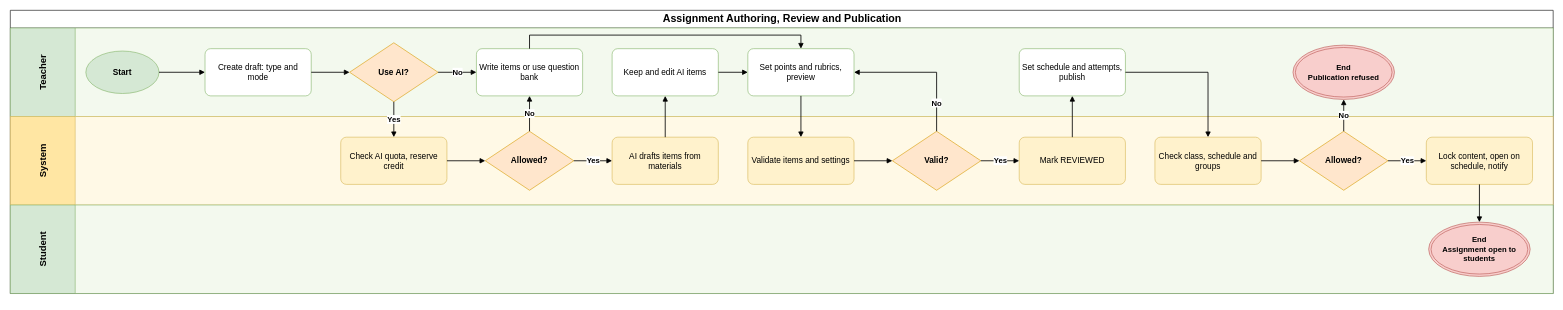
The draw.io diagram page "BF-03 Assignment Authoring, Review and Publication" (3 of 8) of aidlc-docs/inception/main-business-flows/AI-Powered-Learning-Platform-Main-Business-Flows.drawio in hygef-v4/AI-Powered-Learning-Platform, before the edit. Source tidied: cells renumbered, new cells numbered last; positions are measured from the earlier drawing's top-left corner, leaving out a move shared by most shapes. Both pictures are drawn from the tidied source at 59%, with x=0, y=0 at pixel (10, 10).
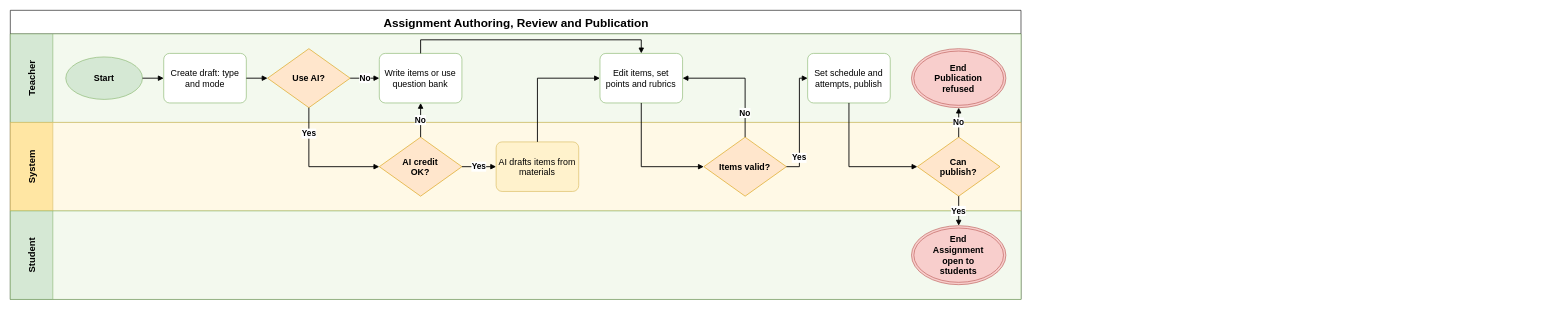
The same page after the edit.

Diff of the diagram source:
```diff
@@
-    <mxCell id="2" value="Assignment Authoring, Review and Publication" style="swimlane;horizontal=1;startSize=30;html=1;fontSize=18;fontStyle=1;align=center;verticalAlign=middle;" parent="1" vertex="1">
-      <mxGeometry width="2615" height="480" as="geometry" />
+    <mxCell id="2" value="Assignment Authoring, Review and Publication" style="swimlane;horizontal=1;startSize=40;html=1;fontSize=20;fontStyle=1;align=center;verticalAlign=middle;" parent="1" vertex="1">
+      <mxGeometry width="1713" height="490" as="geometry" />
     </mxCell>
-    <mxCell id="3" value="Teacher" style="swimlane;startSize=110;horizontal=0;html=1;whiteSpace=wrap;fillColor=#D5E8D4;swimlaneFillColor=#F3F9EE;strokeColor=#82B366;fontSize=16;fontStyle=1;align=center;verticalAlign=middle;spacing=6;" parent="2" vertex="1">
-      <mxGeometry y="30" width="2615" height="150" as="geometry" />
+    <mxCell id="3" value="Teacher" style="swimlane;startSize=72;horizontal=0;html=1;whiteSpace=wrap;fillColor=#D5E8D4;swimlaneFillColor=#F3F9EE;strokeColor=#82B366;fontSize=16;fontStyle=1;align=center;verticalAlign=middle;spacing=4;" parent="2" vertex="1">
+      <mxGeometry y="40" width="1713" height="150" as="geometry" />
     </mxCell>
-    <mxCell id="4" value="System" style="swimlane;startSize=110;horizontal=0;html=1;whiteSpace=wrap;fillColor=#FFE6A3;swimlaneFillColor=#FFF9E6;strokeColor=#D6B656;fontSize=16;fontStyle=1;align=center;verticalAlign=middle;spacing=6;" parent="2" vertex="1">
-      <mxGeometry y="180" width="2615" height="150" as="geometry" />
+    <mxCell id="4" value="System" style="swimlane;startSize=72;horizontal=0;html=1;whiteSpace=wrap;fillColor=#FFE6A3;swimlaneFillColor=#FFF9E6;strokeColor=#D6B656;fontSize=16;fontStyle=1;align=center;verticalAlign=middle;spacing=4;" parent="2" vertex="1">
+      <mxGeometry y="190" width="1713" height="150" as="geometry" />
     </mxCell>
-    <mxCell id="5" value="Student" style="swimlane;startSize=110;horizontal=0;html=1;whiteSpace=wrap;fillColor=#D5E8D4;swimlaneFillColor=#F3F9EE;strokeColor=#82B366;fontSize=16;fontStyle=1;align=center;verticalAlign=middle;spacing=6;" parent="2" vertex="1">
-      <mxGeometry y="330" width="2615" height="150" as="geometry" />
+    <mxCell id="5" value="Student" style="swimlane;startSize=72;horizontal=0;html=1;whiteSpace=wrap;fillColor=#D5E8D4;swimlaneFillColor=#F3F9EE;strokeColor=#82B366;fontSize=16;fontStyle=1;align=center;verticalAlign=middle;spacing=4;" parent="2" vertex="1">
+      <mxGeometry y="340" width="1713" height="150" as="geometry" />
     </mxCell>
-    <mxCell id="6" value="Start" style="ellipse;whiteSpace=wrap;html=1;fillColor=#D5E8D4;strokeColor=#82B366;fontStyle=1;fontSize=14;" parent="3" vertex="1">
-      <mxGeometry x="128" y="39" width="124" height="72" as="geometry" />
+    <mxCell id="6" value="Start" style="ellipse;whiteSpace=wrap;html=1;fillColor=#D5E8D4;strokeColor=#82B366;fontStyle=1;fontSize=15;" parent="3" vertex="1">
+      <mxGeometry x="94" y="39" width="130" height="72" as="geometry" />
     </mxCell>
-    <mxCell id="7" value="Create draft: type and mode" style="rounded=1;whiteSpace=wrap;html=1;fillColor=#FFFFFF;strokeColor=#82B366;fontSize=14;spacing=6;arcSize=12;" parent="3" vertex="1">
-      <mxGeometry x="330" y="35" width="180" height="80" as="geometry" />
+    <mxCell id="7" value="Create draft: type and mode" style="rounded=1;whiteSpace=wrap;html=1;fillColor=#FFFFFF;strokeColor=#82B366;fontSize=15;spacing=5;arcSize=12;" parent="3" vertex="1">
+      <mxGeometry x="260" y="33" width="140" height="84" as="geometry" />
     </mxCell>
-    <mxCell id="8" value="Use AI?" style="rhombus;whiteSpace=wrap;html=1;fillColor=#FFE6CC;strokeColor=#D79B00;fontStyle=1;fontSize=14;spacing=2;" parent="3" vertex="1">
-      <mxGeometry x="575" y="25" width="150" height="100" as="geometry" />
+    <mxCell id="8" value="Use AI?" style="rhombus;whiteSpace=wrap;html=1;fillColor=#FFE6CC;strokeColor=#D79B00;fontStyle=1;fontSize=15;spacing=2;spacingLeft=24;spacingRight=24;" parent="3" vertex="1">
+      <mxGeometry x="436" y="25" width="140" height="100" as="geometry" />
     </mxCell>
-    <mxCell id="9" value="Check AI quota, reserve credit" style="rounded=1;whiteSpace=wrap;html=1;fillColor=#FFF2CC;strokeColor=#D6B656;fontSize=14;spacing=6;arcSize=12;" parent="4" vertex="1">
-      <mxGeometry x="560" y="35" width="180" height="80" as="geometry" />
-    </mxCell>
+    <mxCell id="11" value="Write items or use question bank" style="rounded=1;whiteSpace=wrap;html=1;fillColor=#FFFFFF;strokeColor=#82B366;fontSize=15;spacing=5;arcSize=12;" parent="3" vertex="1">
+      <mxGeometry x="625.4" y="33" width="140" height="84" as="geometry" />
+    </mxCell>
-    <mxCell id="10" value="Allowed?" style="rhombus;whiteSpace=wrap;html=1;fillColor=#FFE6CC;strokeColor=#D79B00;fontStyle=1;fontSize=14;spacing=2;" parent="4" vertex="1">
-      <mxGeometry x="805" y="25" width="150" height="100" as="geometry" />
+    <mxCell id="10" value="AI credit OK?" style="rhombus;whiteSpace=wrap;html=1;fillColor=#FFE6CC;strokeColor=#D79B00;fontStyle=1;fontSize=15;spacing=2;spacingLeft=24;spacingRight=24;" parent="4" vertex="1">
+      <mxGeometry x="625.4" y="25" width="140" height="100" as="geometry" />
     </mxCell>
-    <mxCell id="11" value="Write items or use question bank" style="rounded=1;whiteSpace=wrap;html=1;fillColor=#FFFFFF;strokeColor=#82B366;fontSize=14;spacing=6;arcSize=12;" parent="3" vertex="1">
-      <mxGeometry x="790" y="35" width="180" height="80" as="geometry" />
-    </mxCell>
-    <mxCell id="12" value="AI drafts items from materials" style="rounded=1;whiteSpace=wrap;html=1;fillColor=#FFF2CC;strokeColor=#D6B656;fontSize=14;spacing=6;arcSize=12;" parent="4" vertex="1">
-      <mxGeometry x="1020" y="35" width="180" height="80" as="geometry" />
+    <mxCell id="12" value="AI drafts items from materials" style="rounded=1;whiteSpace=wrap;html=1;fillColor=#FFF2CC;strokeColor=#D6B656;fontSize=15;spacing=5;arcSize=12;" parent="4" vertex="1">
+      <mxGeometry x="823.4" y="33" width="140" height="84" as="geometry" />
     </mxCell>
-    <mxCell id="13" value="Keep and edit AI items" style="rounded=1;whiteSpace=wrap;html=1;fillColor=#FFFFFF;strokeColor=#82B366;fontSize=14;spacing=6;arcSize=12;" parent="3" vertex="1">
-      <mxGeometry x="1020" y="35" width="180" height="80" as="geometry" />
-    </mxCell>
-    <mxCell id="14" value="Set points and rubrics, preview" style="rounded=1;whiteSpace=wrap;html=1;fillColor=#FFFFFF;strokeColor=#82B366;fontSize=14;spacing=6;arcSize=12;" parent="3" vertex="1">
-      <mxGeometry x="1250" y="35" width="180" height="80" as="geometry" />
+    <mxCell id="14" value="Edit items, set points and rubrics" style="rounded=1;whiteSpace=wrap;html=1;fillColor=#FFFFFF;strokeColor=#82B366;fontSize=15;spacing=5;arcSize=12;" parent="3" vertex="1">
+      <mxGeometry x="999.4" y="33" width="140" height="84" as="geometry" />
     </mxCell>
-    <mxCell id="15" value="Validate items and settings" style="rounded=1;whiteSpace=wrap;html=1;fillColor=#FFF2CC;strokeColor=#D6B656;fontSize=14;spacing=6;arcSize=12;" parent="4" vertex="1">
-      <mxGeometry x="1250" y="35" width="180" height="80" as="geometry" />
-    </mxCell>
-    <mxCell id="16" value="Valid?" style="rhombus;whiteSpace=wrap;html=1;fillColor=#FFE6CC;strokeColor=#D79B00;fontStyle=1;fontSize=14;spacing=2;" parent="4" vertex="1">
-      <mxGeometry x="1495" y="25" width="150" height="100" as="geometry" />
+    <mxCell id="16" value="Items valid?" style="rhombus;whiteSpace=wrap;html=1;fillColor=#FFE6CC;strokeColor=#D79B00;fontStyle=1;fontSize=15;spacing=2;spacingLeft=24;spacingRight=24;" parent="4" vertex="1">
+      <mxGeometry x="1175.4" y="25" width="140" height="100" as="geometry" />
     </mxCell>
-    <mxCell id="17" value="Mark REVIEWED" style="rounded=1;whiteSpace=wrap;html=1;fillColor=#FFF2CC;strokeColor=#D6B656;fontSize=14;spacing=6;arcSize=12;" parent="4" vertex="1">
-      <mxGeometry x="1710" y="35" width="180" height="80" as="geometry" />
-    </mxCell>
-    <mxCell id="18" value="Set schedule and attempts, publish" style="rounded=1;whiteSpace=wrap;html=1;fillColor=#FFFFFF;strokeColor=#82B366;fontSize=14;spacing=6;arcSize=12;" parent="3" vertex="1">
-      <mxGeometry x="1710" y="35" width="180" height="80" as="geometry" />
+    <mxCell id="18" value="Set schedule and attempts, publish" style="rounded=1;whiteSpace=wrap;html=1;fillColor=#FFFFFF;strokeColor=#82B366;fontSize=15;spacing=5;arcSize=12;" parent="3" vertex="1">
+      <mxGeometry x="1351.4" y="33" width="140" height="84" as="geometry" />
     </mxCell>
-    <mxCell id="19" value="Check class, schedule and groups" style="rounded=1;whiteSpace=wrap;html=1;fillColor=#FFF2CC;strokeColor=#D6B656;fontSize=14;spacing=6;arcSize=12;" parent="4" vertex="1">
-      <mxGeometry x="1940" y="35" width="180" height="80" as="geometry" />
-    </mxCell>
-    <mxCell id="20" value="Allowed?" style="rhombus;whiteSpace=wrap;html=1;fillColor=#FFE6CC;strokeColor=#D79B00;fontStyle=1;fontSize=14;spacing=2;" parent="4" vertex="1">
-      <mxGeometry x="2185" y="25" width="150" height="100" as="geometry" />
+    <mxCell id="20" value="Can publish?" style="rhombus;whiteSpace=wrap;html=1;fillColor=#FFE6CC;strokeColor=#D79B00;fontStyle=1;fontSize=15;spacing=2;spacingLeft=24;spacingRight=24;" parent="4" vertex="1">
+      <mxGeometry x="1537.4" y="25" width="140" height="100" as="geometry" />
     </mxCell>
-    <mxCell id="21" value="End&lt;br&gt;Publication refused" style="ellipse;shape=doubleEllipse;whiteSpace=wrap;html=1;fillColor=#F8CECC;strokeColor=#B85450;fontStyle=1;fontSize=13;" parent="3" vertex="1">
-      <mxGeometry x="2174" y="29" width="172" height="92" as="geometry" />
+    <mxCell id="21" value="End&lt;br&gt;Publication refused" style="ellipse;shape=doubleEllipse;whiteSpace=wrap;html=1;fillColor=#F8CECC;strokeColor=#B85450;fontStyle=1;fontSize=15;spacingLeft=26;spacingRight=26;" parent="3" vertex="1">
+      <mxGeometry x="1527.4" y="25" width="160" height="100" as="geometry" />
     </mxCell>
-    <mxCell id="22" value="Lock content, open on schedule, notify" style="rounded=1;whiteSpace=wrap;html=1;fillColor=#FFF2CC;strokeColor=#D6B656;fontSize=14;spacing=6;arcSize=12;" parent="4" vertex="1">
-      <mxGeometry x="2400" y="35" width="180" height="80" as="geometry" />
-    </mxCell>
-    <mxCell id="23" value="End&lt;br&gt;Assignment open to students" style="ellipse;shape=doubleEllipse;whiteSpace=wrap;html=1;fillColor=#F8CECC;strokeColor=#B85450;fontStyle=1;fontSize=13;" parent="5" vertex="1">
-      <mxGeometry x="2404" y="29" width="172" height="92" as="geometry" />
+    <mxCell id="23" value="End&lt;br&gt;Assignment open to students" style="ellipse;shape=doubleEllipse;whiteSpace=wrap;html=1;fillColor=#F8CECC;strokeColor=#B85450;fontStyle=1;fontSize=15;spacingLeft=26;spacingRight=26;" parent="5" vertex="1">
+      <mxGeometry x="1527.4" y="25" width="160" height="100" as="geometry" />
     </mxCell>
-    <mxCell id="24" style="edgeStyle=orthogonalEdgeStyle;rounded=0;jettySize=18;html=1;endArrow=block;endFill=1;strokeWidth=1.4;labelBackgroundColor=#FFFFFF;fontSize=13;fontStyle=1;exitX=1;exitY=0.5;exitDx=0;exitDy=0;entryX=0;entryY=0.5;entryDx=0;entryDy=0;" parent="1" edge="1" source="6" target="7">
+    <mxCell id="24" style="edgeStyle=orthogonalEdgeStyle;rounded=0;jettySize=18;html=1;endArrow=block;endFill=1;strokeWidth=1.5;labelBackgroundColor=#FFFFFF;fontSize=14;fontStyle=1;exitX=1;exitY=0.5;exitDx=0;exitDy=0;entryX=0;entryY=0.5;entryDx=0;entryDy=0;" parent="1" edge="1" source="6" target="7">
       <mxGeometry relative="1" as="geometry" />
     </mxCell>
-    <mxCell id="25" style="edgeStyle=orthogonalEdgeStyle;rounded=0;jettySize=18;html=1;endArrow=block;endFill=1;strokeWidth=1.4;labelBackgroundColor=#FFFFFF;fontSize=13;fontStyle=1;exitX=1;exitY=0.5;exitDx=0;exitDy=0;entryX=0;entryY=0.5;entryDx=0;entryDy=0;" parent="1" edge="1" source="7" target="8">
+    <mxCell id="25" style="edgeStyle=orthogonalEdgeStyle;rounded=0;jettySize=18;html=1;endArrow=block;endFill=1;strokeWidth=1.5;labelBackgroundColor=#FFFFFF;fontSize=14;fontStyle=1;exitX=1;exitY=0.5;exitDx=0;exitDy=0;entryX=0;entryY=0.5;entryDx=0;entryDy=0;" parent="1" edge="1" source="7" target="8">
       <mxGeometry relative="1" as="geometry" />
     </mxCell>
-    <mxCell id="26" value="No" style="edgeStyle=orthogonalEdgeStyle;rounded=0;jettySize=18;html=1;endArrow=block;endFill=1;strokeWidth=1.4;labelBackgroundColor=#FFFFFF;fontSize=13;fontStyle=1;exitX=1;exitY=0.5;exitDx=0;exitDy=0;entryX=0;entryY=0.5;entryDx=0;entryDy=0;" parent="1" edge="1" source="8" target="11">
+    <mxCell id="26" value="No" style="edgeStyle=orthogonalEdgeStyle;rounded=0;jettySize=18;html=1;endArrow=block;endFill=1;strokeWidth=1.5;labelBackgroundColor=#FFFFFF;fontSize=14;fontStyle=1;exitX=1;exitY=0.5;exitDx=0;exitDy=0;entryX=0;entryY=0.5;entryDx=0;entryDy=0;" parent="1" edge="1" source="8" target="11">
       <mxGeometry relative="1" as="geometry" />
     </mxCell>
-    <mxCell id="27" value="Yes" style="edgeStyle=orthogonalEdgeStyle;rounded=0;jettySize=18;html=1;endArrow=block;endFill=1;strokeWidth=1.4;labelBackgroundColor=#FFFFFF;fontSize=13;fontStyle=1;exitX=0.5;exitY=1;exitDx=0;exitDy=0;entryX=0.5;entryY=0;entryDx=0;entryDy=0;" parent="1" edge="1" source="8" target="9">
-      <mxGeometry relative="1" as="geometry" />
+    <mxCell id="27" value="Yes" style="edgeStyle=orthogonalEdgeStyle;rounded=0;jettySize=18;html=1;endArrow=block;endFill=1;strokeWidth=1.5;labelBackgroundColor=#FFFFFF;fontSize=14;fontStyle=1;exitX=0.5;exitY=1;exitDx=0;exitDy=0;entryX=0;entryY=0.5;entryDx=0;entryDy=0;" parent="1" edge="1" source="8" target="10">
+      <mxGeometry x="-0.6" relative="1" as="geometry">
+        <Array as="points">
+          <mxPoint x="506" y="265" />
+        </Array>
+      </mxGeometry>
     </mxCell>
-    <mxCell id="28" style="edgeStyle=orthogonalEdgeStyle;rounded=0;jettySize=18;html=1;endArrow=block;endFill=1;strokeWidth=1.4;labelBackgroundColor=#FFFFFF;fontSize=13;fontStyle=1;exitX=1;exitY=0.5;exitDx=0;exitDy=0;entryX=0;entryY=0.5;entryDx=0;entryDy=0;" parent="1" edge="1" source="9" target="10">
+    <mxCell id="28" value="No" style="edgeStyle=orthogonalEdgeStyle;rounded=0;jettySize=18;html=1;endArrow=block;endFill=1;strokeWidth=1.5;labelBackgroundColor=#FFFFFF;fontSize=14;fontStyle=1;exitX=0.5;exitY=0;exitDx=0;exitDy=0;entryX=0.5;entryY=1;entryDx=0;entryDy=0;" parent="1" edge="1" source="10" target="11">
       <mxGeometry relative="1" as="geometry" />
     </mxCell>
-    <mxCell id="29" value="No" style="edgeStyle=orthogonalEdgeStyle;rounded=0;jettySize=18;html=1;endArrow=block;endFill=1;strokeWidth=1.4;labelBackgroundColor=#FFFFFF;fontSize=13;fontStyle=1;exitX=0.5;exitY=0;exitDx=0;exitDy=0;entryX=0.5;entryY=1;entryDx=0;entryDy=0;" parent="1" edge="1" source="10" target="11">
+    <mxCell id="29" value="Yes" style="edgeStyle=orthogonalEdgeStyle;rounded=0;jettySize=18;html=1;endArrow=block;endFill=1;strokeWidth=1.5;labelBackgroundColor=#FFFFFF;fontSize=14;fontStyle=1;exitX=1;exitY=0.5;exitDx=0;exitDy=0;entryX=0;entryY=0.5;entryDx=0;entryDy=0;" parent="1" edge="1" source="10" target="12">
       <mxGeometry relative="1" as="geometry" />
     </mxCell>
-    <mxCell id="30" value="Yes" style="edgeStyle=orthogonalEdgeStyle;rounded=0;jettySize=18;html=1;endArrow=block;endFill=1;strokeWidth=1.4;labelBackgroundColor=#FFFFFF;fontSize=13;fontStyle=1;exitX=1;exitY=0.5;exitDx=0;exitDy=0;entryX=0;entryY=0.5;entryDx=0;entryDy=0;" parent="1" edge="1" source="10" target="12">
-      <mxGeometry relative="1" as="geometry" />
+    <mxCell id="30" style="edgeStyle=orthogonalEdgeStyle;rounded=0;jettySize=18;html=1;endArrow=block;endFill=1;strokeWidth=1.5;labelBackgroundColor=#FFFFFF;fontSize=14;fontStyle=1;exitX=0.5;exitY=0;exitDx=0;exitDy=0;entryX=0.5;entryY=0;entryDx=0;entryDy=0;" parent="1" edge="1" source="11" target="14">
+      <mxGeometry relative="1" as="geometry">
+        <Array as="points">
+          <mxPoint x="695.4" y="50" />
+          <mxPoint x="1069.4" y="50" />
+        </Array>
+      </mxGeometry>
     </mxCell>
-    <mxCell id="31" style="edgeStyle=orthogonalEdgeStyle;rounded=0;jettySize=18;html=1;endArrow=block;endFill=1;strokeWidth=1.4;labelBackgroundColor=#FFFFFF;fontSize=13;fontStyle=1;exitX=0.5;exitY=0;exitDx=0;exitDy=0;entryX=0.5;entryY=1;entryDx=0;entryDy=0;" parent="1" edge="1" source="12" target="13">
-      <mxGeometry relative="1" as="geometry" />
+    <mxCell id="31" style="edgeStyle=orthogonalEdgeStyle;rounded=0;jettySize=18;html=1;endArrow=block;endFill=1;strokeWidth=1.5;labelBackgroundColor=#FFFFFF;fontSize=14;fontStyle=1;exitX=0.5;exitY=0;exitDx=0;exitDy=0;entryX=0;entryY=0.5;entryDx=0;entryDy=0;" parent="1" edge="1" source="12" target="14">
+      <mxGeometry relative="1" as="geometry">
+        <Array as="points">
+          <mxPoint x="893.4" y="115" />
+        </Array>
+      </mxGeometry>
     </mxCell>
-    <mxCell id="32" style="edgeStyle=orthogonalEdgeStyle;rounded=0;jettySize=18;html=1;endArrow=block;endFill=1;strokeWidth=1.4;labelBackgroundColor=#FFFFFF;fontSize=13;fontStyle=1;exitX=1;exitY=0.5;exitDx=0;exitDy=0;entryX=0;entryY=0.5;entryDx=0;entryDy=0;" parent="1" edge="1" source="13" target="14">
-      <mxGeometry relative="1" as="geometry" />
+    <mxCell id="32" style="edgeStyle=orthogonalEdgeStyle;rounded=0;jettySize=18;html=1;endArrow=block;endFill=1;strokeWidth=1.5;labelBackgroundColor=#FFFFFF;fontSize=14;fontStyle=1;exitX=0.5;exitY=1;exitDx=0;exitDy=0;entryX=0;entryY=0.5;entryDx=0;entryDy=0;" parent="1" edge="1" source="14" target="16">
+      <mxGeometry relative="1" as="geometry">
+        <Array as="points">
+          <mxPoint x="1069.4" y="265" />
+        </Array>
+      </mxGeometry>
     </mxCell>
-    <mxCell id="33" style="edgeStyle=orthogonalEdgeStyle;rounded=0;jettySize=18;html=1;endArrow=block;endFill=1;strokeWidth=1.4;labelBackgroundColor=#FFFFFF;fontSize=13;fontStyle=1;exitX=0.5;exitY=0;exitDx=0;exitDy=0;entryX=0.5;entryY=0;entryDx=0;entryDy=0;" parent="1" edge="1" source="11" target="14">
-      <mxGeometry relative="1" as="geometry">
+    <mxCell id="33" value="No" style="edgeStyle=orthogonalEdgeStyle;rounded=0;jettySize=18;html=1;endArrow=block;endFill=1;strokeWidth=1.5;labelBackgroundColor=#FFFFFF;fontSize=14;fontStyle=1;exitX=0.5;exitY=0;exitDx=0;exitDy=0;entryX=1;entryY=0.5;entryDx=0;entryDy=0;" parent="1" edge="1" source="16" target="14">
+      <mxGeometry x="-0.6" relative="1" as="geometry">
         <Array as="points">
-          <mxPoint x="880" y="42" />
-          <mxPoint x="1340" y="42" />
+          <mxPoint x="1245.4" y="115" />
         </Array>
       </mxGeometry>
     </mxCell>
-    <mxCell id="34" style="edgeStyle=orthogonalEdgeStyle;rounded=0;jettySize=18;html=1;endArrow=block;endFill=1;strokeWidth=1.4;labelBackgroundColor=#FFFFFF;fontSize=13;fontStyle=1;exitX=0.5;exitY=1;exitDx=0;exitDy=0;entryX=0.5;entryY=0;entryDx=0;entryDy=0;" parent="1" edge="1" source="14" target="15">
-      <mxGeometry relative="1" as="geometry" />
+    <mxCell id="34" value="Yes" style="edgeStyle=orthogonalEdgeStyle;rounded=0;jettySize=18;html=1;endArrow=block;endFill=1;strokeWidth=1.5;labelBackgroundColor=#FFFFFF;fontSize=14;fontStyle=1;exitX=1;exitY=0.5;exitDx=0;exitDy=0;entryX=0;entryY=0.5;entryDx=0;entryDy=0;" parent="1" edge="1" source="16" target="18">
+      <mxGeometry x="-0.6" relative="1" as="geometry">
+        <Array as="points">
+          <mxPoint x="1337.4" y="265" />
+          <mxPoint x="1337.4" y="115" />
+        </Array>
+      </mxGeometry>
     </mxCell>
-    <mxCell id="35" style="edgeStyle=orthogonalEdgeStyle;rounded=0;jettySize=18;html=1;endArrow=block;endFill=1;strokeWidth=1.4;labelBackgroundColor=#FFFFFF;fontSize=13;fontStyle=1;exitX=1;exitY=0.5;exitDx=0;exitDy=0;entryX=0;entryY=0.5;entryDx=0;entryDy=0;" parent="1" edge="1" source="15" target="16">
-      <mxGeometry relative="1" as="geometry" />
+    <mxCell id="35" style="edgeStyle=orthogonalEdgeStyle;rounded=0;jettySize=18;html=1;endArrow=block;endFill=1;strokeWidth=1.5;labelBackgroundColor=#FFFFFF;fontSize=14;fontStyle=1;exitX=0.5;exitY=1;exitDx=0;exitDy=0;entryX=0;entryY=0.5;entryDx=0;entryDy=0;" parent="1" edge="1" source="18" target="20">
+      <mxGeometry relative="1" as="geometry">
+        <Array as="points">
+          <mxPoint x="1421.4" y="265" />
+        </Array>
+      </mxGeometry>
     </mxCell>
-    <mxCell id="36" value="No" style="edgeStyle=orthogonalEdgeStyle;rounded=0;jettySize=18;html=1;endArrow=block;endFill=1;strokeWidth=1.4;labelBackgroundColor=#FFFFFF;fontSize=13;fontStyle=1;exitX=0.5;exitY=0;exitDx=0;exitDy=0;entryX=1;entryY=0.5;entryDx=0;entryDy=0;" parent="1" edge="1" source="16" target="14">
-      <mxGeometry x="-0.6" relative="1" as="geometry">
-        <Array as="points">
-          <mxPoint x="1570" y="105" />
-        </Array>
-      </mxGeometry>
+    <mxCell id="36" value="No" style="edgeStyle=orthogonalEdgeStyle;rounded=0;jettySize=18;html=1;endArrow=block;endFill=1;strokeWidth=1.5;labelBackgroundColor=#FFFFFF;fontSize=14;fontStyle=1;exitX=0.5;exitY=0;exitDx=0;exitDy=0;entryX=0.5;entryY=1;entryDx=0;entryDy=0;" parent="1" edge="1" source="20" target="21">
+      <mxGeometry relative="1" as="geometry" />
     </mxCell>
-    <mxCell id="37" value="Yes" style="edgeStyle=orthogonalEdgeStyle;rounded=0;jettySize=18;html=1;endArrow=block;endFill=1;strokeWidth=1.4;labelBackgroundColor=#FFFFFF;fontSize=13;fontStyle=1;exitX=1;exitY=0.5;exitDx=0;exitDy=0;entryX=0;entryY=0.5;entryDx=0;entryDy=0;" parent="1" edge="1" source="16" target="17">
+    <mxCell id="37" value="Yes" style="edgeStyle=orthogonalEdgeStyle;rounded=0;jettySize=18;html=1;endArrow=block;endFill=1;strokeWidth=1.5;labelBackgroundColor=#FFFFFF;fontSize=14;fontStyle=1;exitX=0.5;exitY=1;exitDx=0;exitDy=0;entryX=0.5;entryY=0;entryDx=0;entryDy=0;" parent="1" edge="1" source="20" target="23">
       <mxGeometry relative="1" as="geometry" />
     </mxCell>
-    <mxCell id="38" style="edgeStyle=orthogonalEdgeStyle;rounded=0;jettySize=18;html=1;endArrow=block;endFill=1;strokeWidth=1.4;labelBackgroundColor=#FFFFFF;fontSize=13;fontStyle=1;exitX=0.5;exitY=0;exitDx=0;exitDy=0;entryX=0.5;entryY=1;entryDx=0;entryDy=0;" parent="1" edge="1" source="17" target="18">
-      <mxGeometry relative="1" as="geometry" />
-    </mxCell>
-    <mxCell id="39" style="edgeStyle=orthogonalEdgeStyle;rounded=0;jettySize=18;html=1;endArrow=block;endFill=1;strokeWidth=1.4;labelBackgroundColor=#FFFFFF;fontSize=13;fontStyle=1;exitX=1;exitY=0.5;exitDx=0;exitDy=0;entryX=0.5;entryY=0;entryDx=0;entryDy=0;" parent="1" edge="1" source="18" target="19">
-      <mxGeometry relative="1" as="geometry">
-        <Array as="points">
-          <mxPoint x="2030" y="105" />
-        </Array>
-      </mxGeometry>
-    </mxCell>
-    <mxCell id="40" style="edgeStyle=orthogonalEdgeStyle;rounded=0;jettySize=18;html=1;endArrow=block;endFill=1;strokeWidth=1.4;labelBackgroundColor=#FFFFFF;fontSize=13;fontStyle=1;exitX=1;exitY=0.5;exitDx=0;exitDy=0;entryX=0;entryY=0.5;entryDx=0;entryDy=0;" parent="1" edge="1" source="19" target="20">
-      <mxGeometry relative="1" as="geometry" />
-    </mxCell>
-    <mxCell id="41" value="No" style="edgeStyle=orthogonalEdgeStyle;rounded=0;jettySize=18;html=1;endArrow=block;endFill=1;strokeWidth=1.4;labelBackgroundColor=#FFFFFF;fontSize=13;fontStyle=1;exitX=0.5;exitY=0;exitDx=0;exitDy=0;entryX=0.5;entryY=1;entryDx=0;entryDy=0;" parent="1" edge="1" source="20" target="21">
-      <mxGeometry relative="1" as="geometry" />
-    </mxCell>
-    <mxCell id="42" value="Yes" style="edgeStyle=orthogonalEdgeStyle;rounded=0;jettySize=18;html=1;endArrow=block;endFill=1;strokeWidth=1.4;labelBackgroundColor=#FFFFFF;fontSize=13;fontStyle=1;exitX=1;exitY=0.5;exitDx=0;exitDy=0;entryX=0;entryY=0.5;entryDx=0;entryDy=0;" parent="1" edge="1" source="20" target="22">
-      <mxGeometry relative="1" as="geometry" />
-    </mxCell>
-    <mxCell id="43" style="edgeStyle=orthogonalEdgeStyle;rounded=0;jettySize=18;html=1;endArrow=block;endFill=1;strokeWidth=1.4;labelBackgroundColor=#FFFFFF;fontSize=13;fontStyle=1;exitX=0.5;exitY=1;exitDx=0;exitDy=0;entryX=0.5;entryY=0;entryDx=0;entryDy=0;" parent="1" edge="1" source="22" target="23">
-      <mxGeometry relative="1" as="geometry" />
-    </mxCell>
```
